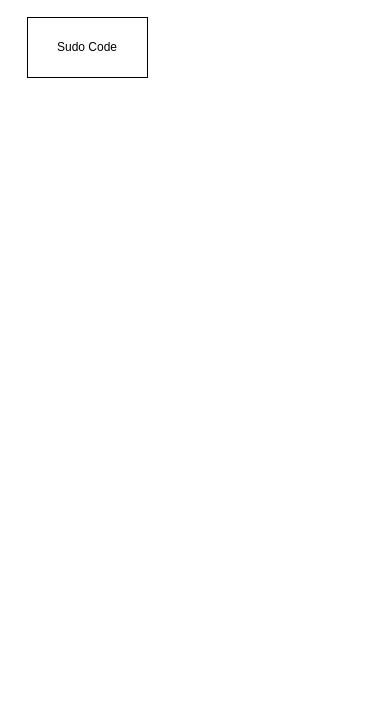
The draw.io diagram Truck Software Sudo Code.drawio in usernamesareusless/Truck, before the edit. Source tidied: cells renumbered, new cells numbered last; positions are measured from the earlier drawing's top-left corner, leaving out a move shared by most shapes. Both pictures are drawn from the tidied source at 100%, with x=0, y=0 at pixel (27, 17).
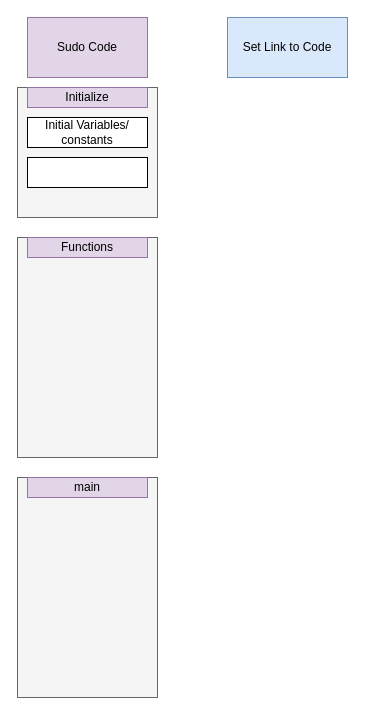
After the change.

What changed in the source:
```diff
@@
 <mxGraphModel>
   <root>
     <mxCell id="0" />
     <mxCell id="1" parent="0" />
-    <mxCell id="2" value="Sudo Code" style="rounded=0;whiteSpace=wrap;html=1;" parent="1" vertex="1">
+    <mxCell id="2" value="Sudo Code" style="rounded=0;whiteSpace=wrap;html=1;fillColor=#e1d5e7;strokeColor=#9673a6;" parent="1" vertex="1">
       <mxGeometry width="120" height="60" as="geometry" />
     </mxCell>
+    <mxCell id="3" style="rounded=0;whiteSpace=wrap;html=1;fillColor=#f5f5f5;fontColor=#333333;strokeColor=#666666;" parent="1" vertex="1">
+      <mxGeometry x="-10" y="220" width="140" height="220" as="geometry" />
+    </mxCell>
+    <mxCell id="4" value="Functions" style="rounded=0;whiteSpace=wrap;html=1;fillColor=#e1d5e7;strokeColor=#9673a6;" parent="1" vertex="1">
+      <mxGeometry y="220" width="120" height="20" as="geometry" />
+    </mxCell>
+    <mxCell id="5" style="rounded=0;whiteSpace=wrap;html=1;fillColor=#f5f5f5;fontColor=#333333;strokeColor=#666666;" parent="1" vertex="1">
+      <mxGeometry x="-10" y="460" width="140" height="220" as="geometry" />
+    </mxCell>
+    <mxCell id="6" value="main" style="rounded=0;whiteSpace=wrap;html=1;fillColor=#e1d5e7;strokeColor=#9673a6;" parent="1" vertex="1">
+      <mxGeometry y="460" width="120" height="20" as="geometry" />
+    </mxCell>
+    <mxCell id="7" style="rounded=0;whiteSpace=wrap;html=1;fillColor=#f5f5f5;fontColor=#333333;strokeColor=#666666;" parent="1" vertex="1">
+      <mxGeometry x="-10" y="70" width="140" height="130" as="geometry" />
+    </mxCell>
+    <mxCell id="8" value="Initialize" style="rounded=0;whiteSpace=wrap;html=1;fillColor=#e1d5e7;strokeColor=#9673a6;" parent="1" vertex="1">
+      <mxGeometry y="70" width="120" height="20" as="geometry" />
+    </mxCell>
+    <mxCell id="9" value="Initial Variables/ constants" style="rounded=0;whiteSpace=wrap;html=1;" parent="1" vertex="1">
+      <mxGeometry y="100" width="120" height="30" as="geometry" />
+    </mxCell>
+    <mxCell id="10" style="rounded=0;whiteSpace=wrap;html=1;" parent="1" vertex="1">
+      <mxGeometry y="140" width="120" height="30" as="geometry" />
+    </mxCell>
+    <mxCell id="11" value="Set Link to Code" style="rounded=0;whiteSpace=wrap;html=1;fillColor=#dae8fc;strokeColor=#6c8ebf;" parent="1" vertex="1">
+      <mxGeometry x="200" width="120" height="60" as="geometry" />
+    </mxCell>
   </root>
 </mxGraphModel>
```
